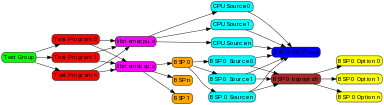
The Graphviz diagram images/eng/bld-deps.png in RTEMS/rtems-docs, before a commit. Its source is kept beside it as images/eng/bld-deps.dot. Source of this version:
```dot


digraph {
  size="4";
  margin="0";
  node [shape=box, style="filled, rounded", fontname="Sans serif", margin=0.05,width=0.05,height=0.05];
  tg [label="Test Group", fillcolor=green];
  t0 [label="Test Program 0", fillcolor=red];
  t1 [label="Test Program 1", fillcolor=red];
  tn [label="Test Program n", fillcolor=red];
  lb [label="librtemsbsp.a", fillcolor=magenta];
  lc [label="librtemscpu.a", fillcolor=magenta];
  b0 [label="BSP 0", fillcolor=orange];
  b1 [label="BSP 1", fillcolor=orange];
  bn [label="BSP n", fillcolor=orange];
  bo0 [label="BSP 0 bspopts.h", fillcolor=brown];
  o0 [label="BSP 0 Option 0", fillcolor=yellow];
  o1 [label="BSP 0 Option 1", fillcolor=yellow];
  on [label="BSP 0 Option n", fillcolor=yellow];
  abi [label="BSP 0 ABI Flags", fillcolor=blue];
  s0 [label="BSP 0 Source 0", fillcolor=cyan];
  s1 [label="BSP 0 Source 1", fillcolor=cyan];
  sn [label="BSP 0 Source n", fillcolor=cyan];
  c0 [label="CPU Source 0", fillcolor=cyan];
  c1 [label="CPU Source 1", fillcolor=cyan];
  cn [label="CPU Source n", fillcolor=cyan];
  rankdir=LR
  tg -> t0
  tg -> t1
  tg -> tn
  t0 -> lb
  t0 -> lc
  t1 -> lb
  t1 -> lc
  tn -> lb
  tn -> lc
  lb -> b0
  lb -> b1
  lb -> bn
  b0 -> s0
  b0 -> s1
  b0 -> sn
  s0 -> abi
  s1 -> abi
  sn -> abi
  c0 -> abi
  c1 -> abi
  cn -> abi
  bo0 -> o0
  bo0 -> o1
  bo0 -> on
  s0 -> bo0
  s1 -> bo0
  sn -> bo0
  lc -> c0
  lc -> c1
  lc -> cn
  {
    rank=same
    c0 -> c1 [style=invis]
    c1 -> cn [style=invis]
  }
}
```
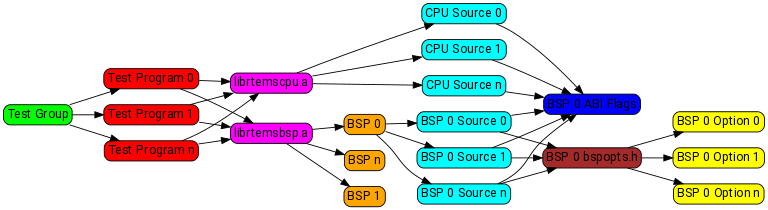
The same diagram one commit later.

The edit, as a diff of the source:
```diff
@@ -1,7 +1,7 @@
 
 
 digraph {
-  size="4";
+  size="8";
   margin="0";
   node [shape=box, style="filled, rounded", fontname="Sans serif", margin=0.05,width=0.05,height=0.05];
   tg [label="Test Group", fillcolor=green];
```
